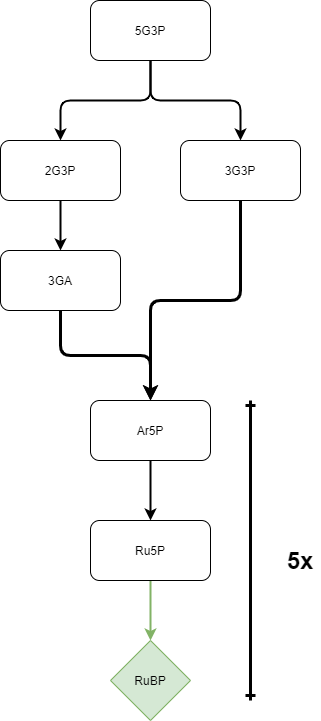
Before: src/assets/images/design/pathway.png, a diagram exported from draw.io (Kyle-L/iGEM-2021-Website). Source tidied: cells renumbered, new cells last; positions are measured from the earlier drawing's top-left corner, leaving out a move shared by most shapes.
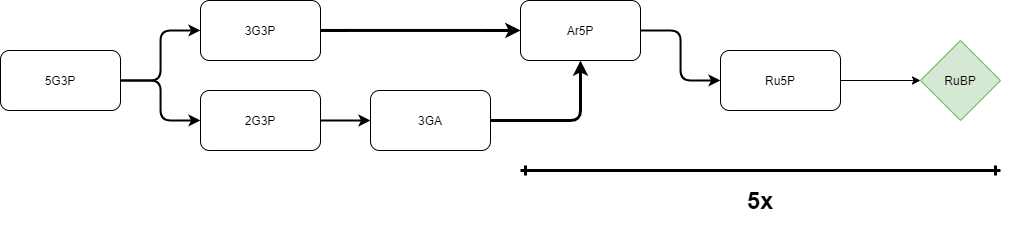
The same diagram one commit later.

Diff of the diagram source:
```diff
@@ -5,65 +5,68 @@
     <mxCell id="2" style="edgeStyle=orthogonalEdgeStyle;rounded=1;jettySize=auto;html=1;strokeWidth=2;sketch=0;" parent="1" edge="1" source="4" target="6">
       <mxGeometry relative="1" as="geometry">
         <Array as="points">
-          <mxPoint x="150" y="100" />
-          <mxPoint x="240" y="100" />
+          <mxPoint x="250" y="110" />
+          <mxPoint x="250" y="60" />
         </Array>
       </mxGeometry>
     </mxCell>
     <mxCell id="3" style="edgeStyle=orthogonalEdgeStyle;rounded=1;jettySize=auto;html=1;strokeWidth=2;sketch=0;" parent="1" edge="1" source="4" target="8">
       <mxGeometry relative="1" as="geometry">
         <Array as="points">
-          <mxPoint x="150" y="100" />
-          <mxPoint x="60" y="100" />
+          <mxPoint x="250" y="110" />
+          <mxPoint x="250" y="150" />
         </Array>
       </mxGeometry>
     </mxCell>
     <mxCell id="4" value="5G3P" style="rounded=1;whiteSpace=wrap;html=1;sketch=0;" parent="1" vertex="1">
-      <mxGeometry x="90" width="120" height="60" as="geometry" />
+      <mxGeometry x="90" y="80" width="120" height="60" as="geometry" />
     </mxCell>
     <mxCell id="5" style="edgeStyle=orthogonalEdgeStyle;rounded=1;jettySize=auto;html=1;strokeWidth=3;sketch=0;" parent="1" edge="1" source="6" target="12">
-      <mxGeometry relative="1" as="geometry" />
+      <mxGeometry relative="1" as="geometry">
+        <Array as="points">
+          <mxPoint x="570" y="60" />
+          <mxPoint x="570" y="60" />
+        </Array>
+      </mxGeometry>
     </mxCell>
     <mxCell id="6" value="3G3P" style="rounded=1;whiteSpace=wrap;html=1;sketch=0;" parent="1" vertex="1">
-      <mxGeometry x="180" y="140" width="120" height="60" as="geometry" />
+      <mxGeometry x="290" y="30" width="120" height="60" as="geometry" />
     </mxCell>
     <mxCell id="7" style="edgeStyle=orthogonalEdgeStyle;rounded=1;jettySize=auto;html=1;strokeWidth=2;sketch=0;" parent="1" edge="1" source="8" target="10">
       <mxGeometry relative="1" as="geometry" />
     </mxCell>
     <mxCell id="8" value="2G3P" style="rounded=1;whiteSpace=wrap;html=1;sketch=0;" parent="1" vertex="1">
-      <mxGeometry y="140" width="120" height="60" as="geometry" />
+      <mxGeometry x="290" y="120" width="120" height="60" as="geometry" />
     </mxCell>
     <mxCell id="9" style="edgeStyle=orthogonalEdgeStyle;rounded=1;jettySize=auto;html=1;strokeWidth=3;sketch=0;" parent="1" edge="1" source="10" target="12">
       <mxGeometry relative="1" as="geometry" />
     </mxCell>
     <mxCell id="10" value="3GA" style="rounded=1;whiteSpace=wrap;html=1;sketch=0;" parent="1" vertex="1">
-      <mxGeometry y="250" width="120" height="60" as="geometry" />
+      <mxGeometry x="460" y="120" width="120" height="60" as="geometry" />
     </mxCell>
     <mxCell id="11" style="edgeStyle=orthogonalEdgeStyle;rounded=1;jettySize=auto;html=1;strokeWidth=2;sketch=0;" parent="1" edge="1" source="12" target="14">
       <mxGeometry relative="1" as="geometry" />
     </mxCell>
     <mxCell id="12" value="Ar5P" style="rounded=1;whiteSpace=wrap;html=1;sketch=0;" parent="1" vertex="1">
-      <mxGeometry x="90" y="400" width="120" height="60" as="geometry" />
+      <mxGeometry x="610" y="30" width="120" height="60" as="geometry" />
     </mxCell>
-    <mxCell id="13" style="edgeStyle=orthogonalEdgeStyle;rounded=1;jettySize=auto;html=1;strokeWidth=2;sketch=0;fillColor=#d5e8d4;strokeColor=#82b366;" parent="1" edge="1" source="14">
-      <mxGeometry relative="1" as="geometry">
-        <mxPoint x="150" y="640" as="targetPoint" />
-      </mxGeometry>
-    </mxCell>
+    <mxCell id="18" style="edgeStyle=orthogonalEdgeStyle;rounded=0;jettySize=auto;html=1;" parent="1" edge="1" source="14" target="17">
+      <mxGeometry relative="1" as="geometry" />
+    </mxCell>
     <mxCell id="14" value="Ru5P" style="rounded=1;whiteSpace=wrap;html=1;sketch=0;" parent="1" vertex="1">
-      <mxGeometry x="90" y="520" width="120" height="60" as="geometry" />
+      <mxGeometry x="810" y="80" width="120" height="60" as="geometry" />
     </mxCell>
     <mxCell id="15" style="endArrow=ERone;startArrow=ERone;html=1;strokeWidth=3;startFill=0;endFill=0;sketch=0;" parent="1" edge="1">
       <mxGeometry relative="1" as="geometry">
-        <mxPoint x="250" y="700" as="sourcePoint" />
-        <mxPoint x="250" y="400" as="targetPoint" />
+        <mxPoint x="1090" y="200" as="sourcePoint" />
+        <mxPoint x="610" y="200" as="targetPoint" />
       </mxGeometry>
     </mxCell>
     <mxCell id="16" value="&lt;h1&gt;5x&lt;/h1&gt;" style="text;html=1;strokeColor=none;fillColor=none;align=center;verticalAlign=middle;whiteSpace=wrap;rounded=0;sketch=0;" parent="1" vertex="1">
-      <mxGeometry x="280" y="550" width="40" height="20" as="geometry" />
+      <mxGeometry x="830" y="220" width="40" height="20" as="geometry" />
     </mxCell>
     <mxCell id="17" value="RuBP" style="rhombus;whiteSpace=wrap;html=1;fillColor=#d5e8d4;strokeColor=#82b366;sketch=0;" parent="1" vertex="1">
-      <mxGeometry x="110" y="640" width="80" height="80" as="geometry" />
+      <mxGeometry x="1010" y="70" width="80" height="80" as="geometry" />
     </mxCell>
   </root>
 </mxGraphModel>
```
